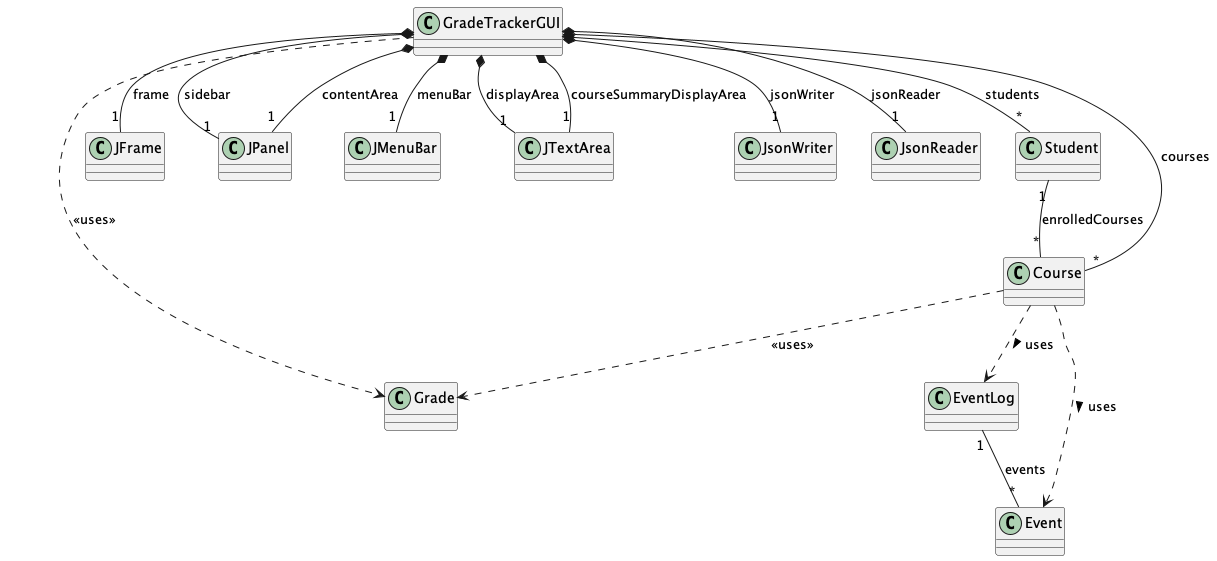
The PlantUML diagram UML_Design_Diagram.png in jb3982/Grade-Tracker-App, before a commit.
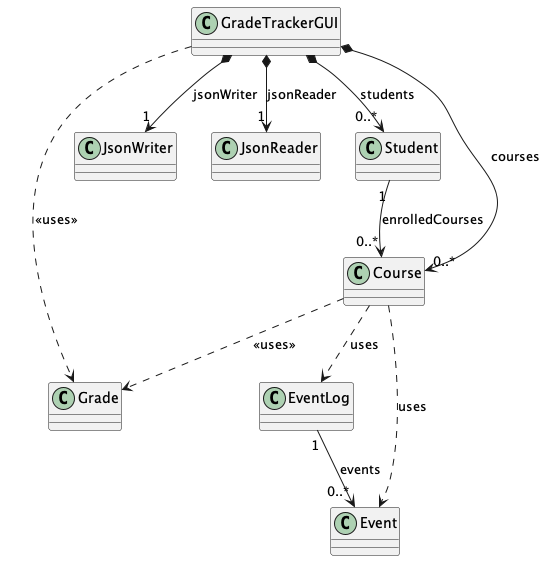
The same file after the commit.

What changed in the source:
```diff
@@ -4,18 +4,6 @@
 }
 
 class Grade {
-}
-
-class JFrame {
-}
-
-class JPanel {
-}
-
-class JMenuBar {
-}
-
-class JTextArea {
 }
 
 class JsonWriter {
@@ -36,24 +24,18 @@
 class Event {
 }
 
-GradeTrackerGUI *-- "1" JFrame : frame
-GradeTrackerGUI *-- "1" JPanel : sidebar
-GradeTrackerGUI *-- "1" JPanel : contentArea
-GradeTrackerGUI *-- "1" JMenuBar : menuBar
-GradeTrackerGUI *-- "1" JTextArea : displayArea
-GradeTrackerGUI *-- "1" JTextArea : courseSummaryDisplayArea
-GradeTrackerGUI *-- "*" Student : students
-GradeTrackerGUI *-- "*" Course : courses
-GradeTrackerGUI *-- "1" JsonWriter : jsonWriter
-GradeTrackerGUI *-- "1" JsonReader : jsonReader
+GradeTrackerGUI *--> "0..*" Student : students
+GradeTrackerGUI *--> "0..*" Course : courses
+GradeTrackerGUI *--> "1" JsonWriter : jsonWriter
+GradeTrackerGUI *--> "1" JsonReader : jsonReader
 GradeTrackerGUI ..> Grade : <<uses>>
 
-Student "1" -- "*" Course : enrolledCourses
+Student "1" --> "0..*" Course : enrolledCourses
 
-Course ..> EventLog : uses >
-Course ..> Event : uses >
+Course ..> EventLog : uses
+Course ..> Event : uses
 Course ..> Grade : <<uses>>
 
-EventLog "1" -- "*" Event : events
+EventLog "1" --> "0..*" Event : events
 
 @enduml
```
